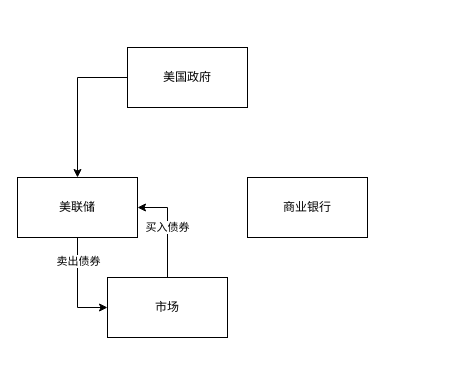
Before: 金融体系.drawio in huntershuai/file_sync, a draw.io diagram. Source tidied: cells renumbered, new cells numbered last; positions are measured from the earlier drawing's top-left corner, leaving out a move shared by most shapes. Both pictures are drawn from the tidied source at 100%, with x=0, y=0 at pixel (17, 47).
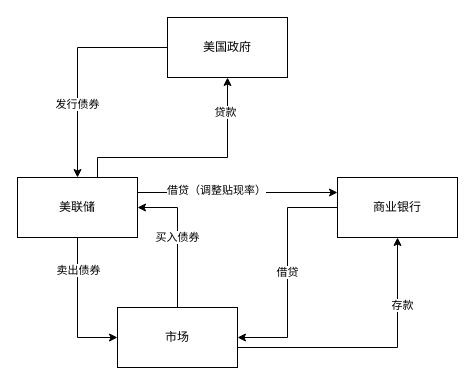
After the change.

Commit message (it also covers changes not shown here):
更新金融体系.drawio

Unchanged cells that the change refers to:
```xml
<mxCell id="4" value="美联储" style="rounded=0;whiteSpace=wrap;html=1;" parent="1" vertex="1">
  <mxGeometry y="130" width="120" height="60" as="geometry" />
</mxCell>
```

The edit, as a diff of the source:
```diff
@@
+    <mxCell id="10" style="edgeStyle=orthogonalEdgeStyle;rounded=0;jettySize=auto;html=1;entryX=0;entryY=0.25;entryDx=0;entryDy=0;" parent="1" edge="1" source="4" target="5">
+      <mxGeometry relative="1" as="geometry">
+        <Array as="points">
+          <mxPoint x="150" y="145" />
+          <mxPoint x="150" y="145" />
+        </Array>
+      </mxGeometry>
+    </mxCell>
+    <mxCell id="11" value="借贷（调整贴现率）" style="edgeLabel;html=1;align=center;verticalAlign=middle;" parent="10" vertex="1">
+      <mxGeometry x="-0.22" y="3" relative="1" as="geometry" />
+    </mxCell>
+    <mxCell id="12" style="edgeStyle=orthogonalEdgeStyle;rounded=0;jettySize=auto;html=1;entryX=0.5;entryY=1;entryDx=0;entryDy=0;" parent="1" edge="1" source="4" target="9">
+      <mxGeometry relative="1" as="geometry">
+        <Array as="points">
+          <mxPoint x="80" y="110" />
+          <mxPoint x="210" y="110" />
+        </Array>
+      </mxGeometry>
+    </mxCell>
+    <mxCell id="13" value="贷款" style="edgeLabel;html=1;align=center;verticalAlign=middle;" parent="12" vertex="1">
+      <mxGeometry x="0.7" y="3" relative="1" as="geometry" />
+    </mxCell>
@@
+    <mxCell id="14" value="借贷" style="edgeStyle=orthogonalEdgeStyle;rounded=0;jettySize=auto;html=1;entryX=1;entryY=0.5;entryDx=0;entryDy=0;" parent="1" edge="1" source="5" target="7">
+      <mxGeometry relative="1" as="geometry" />
+    </mxCell>
     <mxCell id="5" value="商业银行" style="rounded=0;whiteSpace=wrap;html=1;" parent="1" vertex="1">
-      <mxGeometry x="230" y="130" width="120" height="60" as="geometry" />
+      <mxGeometry x="320" y="130" width="120" height="60" as="geometry" />
     </mxCell>
@@
+    <mxCell id="15" style="edgeStyle=orthogonalEdgeStyle;rounded=0;jettySize=auto;html=1;entryX=0.5;entryY=1;entryDx=0;entryDy=0;" parent="1" edge="1" source="7" target="5">
+      <mxGeometry relative="1" as="geometry">
+        <Array as="points">
+          <mxPoint x="380" y="300" />
+        </Array>
+      </mxGeometry>
+    </mxCell>
+    <mxCell id="16" value="存款" style="edgeLabel;html=1;align=center;verticalAlign=middle;" parent="15" vertex="1">
+      <mxGeometry x="0.5" y="-4" relative="1" as="geometry" />
+    </mxCell>
     <mxCell id="7" value="市场" style="rounded=0;whiteSpace=wrap;html=1;" parent="1" vertex="1">
-      <mxGeometry x="90" y="230" width="120" height="60" as="geometry" />
+      <mxGeometry x="100" y="260" width="120" height="60" as="geometry" />
     </mxCell>
-    <mxCell id="8" style="edgeStyle=orthogonalEdgeStyle;rounded=0;jettySize=auto;html=1;" parent="1" edge="1" source="9" target="4">
+    <mxCell id="8" style="edgeStyle=orthogonalEdgeStyle;rounded=0;jettySize=auto;html=1;exitX=0;exitY=0.5;exitDx=0;exitDy=0;" parent="1" edge="1" source="9" target="4">
       <mxGeometry relative="1" as="geometry">
         <Array as="points">
-          <mxPoint x="60" y="30" />
+          <mxPoint x="60" />
         </Array>
       </mxGeometry>
     </mxCell>
+    <mxCell id="17" value="发行债券" style="edgeLabel;html=1;align=center;verticalAlign=middle;" parent="8" vertex="1">
+      <mxGeometry x="0.33" y="-1" relative="1" as="geometry" />
+    </mxCell>
     <mxCell id="9" value="美国政府" style="rounded=0;whiteSpace=wrap;html=1;" parent="1" vertex="1">
-      <mxGeometry x="110" width="120" height="60" as="geometry" />
+      <mxGeometry x="150" y="-30" width="120" height="60" as="geometry" />
     </mxCell>
```
